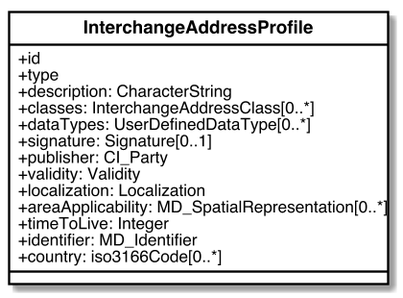
This is sources/images/AddressProfile.png from CalConnect/csd-digital-addresses, a PlantUML export, as it was before one commit. Source of this version:
```plantuml
@startuml


skinparam Dpi 150
skinparam Monochrome false
skinparam LineType ortho
hide circle
skinparam Default {
  TextAlignment center
  FontName Helvetica
}
skinparam Class {
  AttributeIconSize 0
  BackgroundColor White
  ArrowColor Black
  BorderColor Black
  FontStyle bold
  StereotypeFontSize 10
}
skinparam Rectangle {
  BackgroundColor White
  ArrowColor Black
  BorderColor Black
  FontStyle bold
  FontSize 11
  StereotypeFontSize 10
}
skinparam Object {
  BackgroundColor White
  ArrowColor Black
  BorderColor Black
  FontStyle bold
  FontSize 11
  StereotypeFontSize 10
}

skinparam Entity {
  StereotypeFontSize 10
}



class InterchangeAddressProfile {
  +id
  +type
  +description: CharacterString
  +classes: InterchangeAddressClass[0..*]
  +dataTypes: UserDefinedDataType[0..*]
  +signature: Signature[0..1]
  +publisher: CI_Party
  +validity: Validity
  +localization: Localization
  +areaApplicability: MD_SpatialRepresentation[0..*]
  +timeToLive: Integer
  +identifier: MD_Identifier
  +country: iso3166Code[0..*]
}





@enduml
```
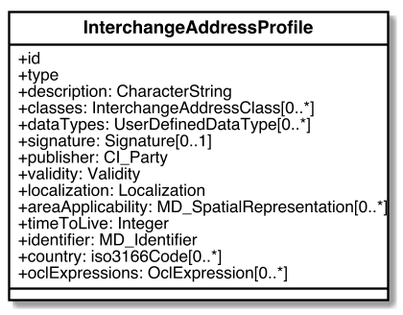
After the commit.

Change to the diagram source:
```diff
@@ -54,6 +54,7 @@
   +timeToLive: Integer
   +identifier: MD_Identifier
   +country: iso3166Code[0..*]
+  +oclExpressions: OclExpression[0..*]
 }
 
 
```
